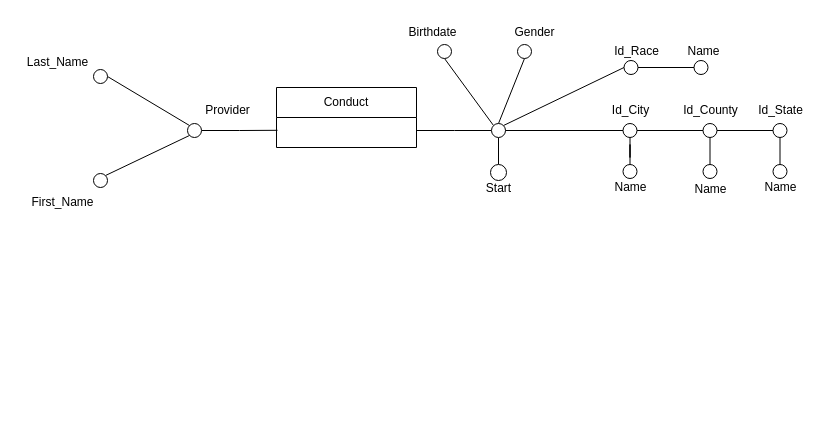
The draw.io diagram Schemi_Di_Fatto/Conduct.drawio in MircoPerna99/BigDataManagement_Team, before the edit. Source tidied: cells renumbered, new cells numbered last; positions are measured from the earlier drawing's top-left corner, leaving out a move shared by most shapes. Both pictures are drawn from the tidied source at 100%, with x=0, y=0 at pixel (17, 17).
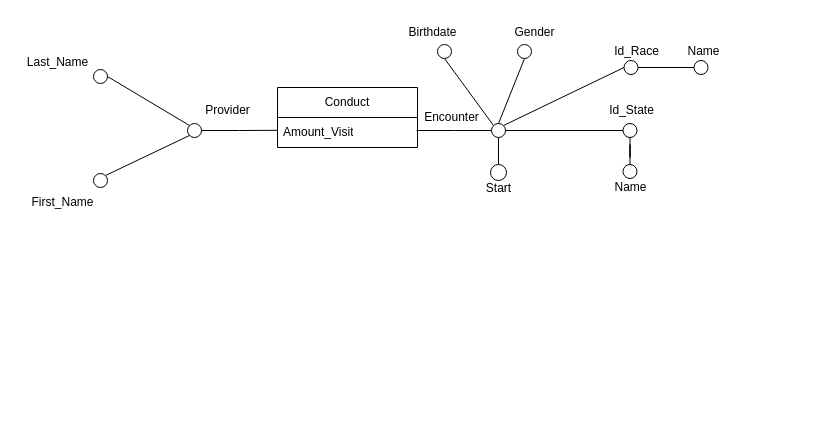
After the change.

The change refers to these unchanged cells:
```xml
<mxCell id="7" style="ellipse;whiteSpace=wrap;html=1;fillColor=#FFFFFF;" parent="1" vertex="1">
  <mxGeometry x="474" y="106" width="14" height="14" as="geometry" />
</mxCell>
<mxCell id="9" style="ellipse;whiteSpace=wrap;html=1;fillColor=#FFFFFF;" parent="1" vertex="1">
  <mxGeometry x="170" y="106" width="14" height="14" as="geometry" />
</mxCell>
<mxCell id="11" style="ellipse;whiteSpace=wrap;html=1;fillColor=#FFFFFF;" parent="1" vertex="1">
  <mxGeometry x="605.5" y="106" width="14" height="14" as="geometry" />
</mxCell>
```

Change to the diagram source:
```diff
@@
-    <mxCell id="5" style="edgeStyle=orthogonalEdgeStyle;rounded=0;jettySize=auto;html=1;endArrow=none;startFill=0;" parent="1" edge="1" source="7">
-      <mxGeometry relative="1" as="geometry">
-        <mxPoint x="399" y="113" as="targetPoint" />
-      </mxGeometry>
-    </mxCell>
+    <mxCell id="48" style="edgeStyle=orthogonalEdgeStyle;rounded=0;jettySize=auto;html=1;endArrow=none;startFill=0;" parent="1" edge="1" source="7">
+      <mxGeometry relative="1" as="geometry">
+        <mxPoint x="399" y="113" as="targetPoint" />
+      </mxGeometry>
+    </mxCell>
@@
-    <mxCell id="8" style="edgeStyle=orthogonalEdgeStyle;rounded=0;jettySize=auto;html=1;exitX=1;exitY=0.5;exitDx=0;exitDy=0;endArrow=none;startFill=0;" parent="1" edge="1" source="9">
-      <mxGeometry relative="1" as="geometry">
-        <mxPoint x="260" y="112.8" as="targetPoint" />
-      </mxGeometry>
-    </mxCell>
+    <mxCell id="49" style="edgeStyle=orthogonalEdgeStyle;rounded=0;jettySize=auto;html=1;exitX=1;exitY=0.5;exitDx=0;exitDy=0;endArrow=none;startFill=0;" parent="1" edge="1" source="9">
+      <mxGeometry relative="1" as="geometry">
+        <mxPoint x="260" y="112.8" as="targetPoint" />
+      </mxGeometry>
+    </mxCell>
@@
-    <mxCell id="10" style="edgeStyle=orthogonalEdgeStyle;rounded=0;jettySize=auto;html=1;exitX=1;exitY=0.5;exitDx=0;exitDy=0;entryX=0;entryY=0.5;entryDx=0;entryDy=0;endArrow=none;startFill=0;" parent="1" edge="1" source="11" target="18">
-      <mxGeometry relative="1" as="geometry" />
-    </mxCell>
@@
-    <mxCell id="12" value="Id_City" style="text;html=1;align=center;verticalAlign=middle;strokeColor=none;fillColor=none;" parent="1" vertex="1">
-      <mxGeometry x="582.5" y="78" width="60" height="30" as="geometry" />
-    </mxCell>
@@
-    <mxCell id="16" style="edgeStyle=orthogonalEdgeStyle;rounded=0;jettySize=auto;html=1;exitX=0.5;exitY=1;exitDx=0;exitDy=0;entryX=0.5;entryY=0;entryDx=0;entryDy=0;endArrow=none;startFill=0;" parent="1" edge="1" source="18" target="20">
-      <mxGeometry relative="1" as="geometry" />
-    </mxCell>
-    <mxCell id="17" style="edgeStyle=orthogonalEdgeStyle;rounded=0;jettySize=auto;html=1;exitX=1;exitY=0.5;exitDx=0;exitDy=0;entryX=0;entryY=0.5;entryDx=0;entryDy=0;endArrow=none;startFill=0;" parent="1" edge="1" source="18" target="23">
-      <mxGeometry relative="1" as="geometry" />
-    </mxCell>
-    <mxCell id="18" style="ellipse;whiteSpace=wrap;html=1;fillColor=#FFFFFF;" parent="1" vertex="1">
-      <mxGeometry x="685.5" y="106" width="14" height="14" as="geometry" />
-    </mxCell>
-    <mxCell id="19" value="Id_County" style="text;html=1;align=center;verticalAlign=middle;strokeColor=none;fillColor=none;" parent="1" vertex="1">
-      <mxGeometry x="652.5" y="78" width="80" height="30" as="geometry" />
-    </mxCell>
-    <mxCell id="20" style="ellipse;whiteSpace=wrap;html=1;fillColor=#FFFFFF;" parent="1" vertex="1">
-      <mxGeometry x="685.5" y="147" width="14" height="14" as="geometry" />
-    </mxCell>
-    <mxCell id="21" value="Name" style="text;html=1;align=center;verticalAlign=middle;strokeColor=none;fillColor=none;" parent="1" vertex="1">
-      <mxGeometry x="662.5" y="157" width="60" height="30" as="geometry" />
-    </mxCell>
-    <mxCell id="22" style="edgeStyle=orthogonalEdgeStyle;rounded=0;jettySize=auto;html=1;exitX=0.5;exitY=1;exitDx=0;exitDy=0;entryX=0.5;entryY=0;entryDx=0;entryDy=0;endArrow=none;startFill=0;" parent="1" edge="1" source="23" target="25">
-      <mxGeometry relative="1" as="geometry" />
-    </mxCell>
-    <mxCell id="23" style="ellipse;whiteSpace=wrap;html=1;fillColor=#FFFFFF;" parent="1" vertex="1">
-      <mxGeometry x="755.5" y="106" width="14" height="14" as="geometry" />
-    </mxCell>
     <mxCell id="24" value="Id_State" style="text;html=1;align=center;verticalAlign=middle;strokeColor=none;fillColor=none;" parent="1" vertex="1">
-      <mxGeometry x="727.5" y="78" width="70" height="30" as="geometry" />
+      <mxGeometry x="578.5" y="78" width="70" height="30" as="geometry" />
     </mxCell>
-    <mxCell id="25" style="ellipse;whiteSpace=wrap;html=1;fillColor=#FFFFFF;" parent="1" vertex="1">
-      <mxGeometry x="755.5" y="147" width="14" height="14" as="geometry" />
-    </mxCell>
-    <mxCell id="26" value="Name" style="text;html=1;align=center;verticalAlign=middle;strokeColor=none;fillColor=none;" parent="1" vertex="1">
-      <mxGeometry x="732.5" y="155" width="60" height="30" as="geometry" />
-    </mxCell>
@@
+    <mxCell id="47" value="Provider" style="text;html=1;align=center;verticalAlign=middle;strokeColor=none;fillColor=none;" parent="1" vertex="1">
+      <mxGeometry x="175" y="78" width="70" height="30" as="geometry" />
+    </mxCell>
+    <mxCell id="50" value="Encounter" style="text;html=1;align=center;verticalAlign=middle;strokeColor=none;fillColor=none;" parent="1" vertex="1">
+      <mxGeometry x="394" y="85" width="80" height="30" as="geometry" />
+    </mxCell>
     <mxCell id="46" value="Conduct" style="swimlane;fontStyle=0;horizontal=1;startSize=30;whiteSpace=wrap;html=1;" parent="1" vertex="1">
-      <mxGeometry x="259" y="70" width="140" height="60" as="geometry" />
+      <mxGeometry x="260" y="70" width="140" height="60" as="geometry" />
     </mxCell>
-    <mxCell id="47" value="Provider" style="text;html=1;align=center;verticalAlign=middle;strokeColor=none;fillColor=none;" parent="1" vertex="1">
-      <mxGeometry x="175" y="78" width="70" height="30" as="geometry" />
-    </mxCell>
+    <mxCell id="51" value="Amount_Visit" style="text;strokeColor=none;fillColor=none;align=left;verticalAlign=middle;spacingLeft=4;spacingRight=4;overflow=hidden;whiteSpace=wrap;html=1;" parent="46" vertex="1">
+      <mxGeometry y="30" width="140" height="30" as="geometry" />
+    </mxCell>
```
